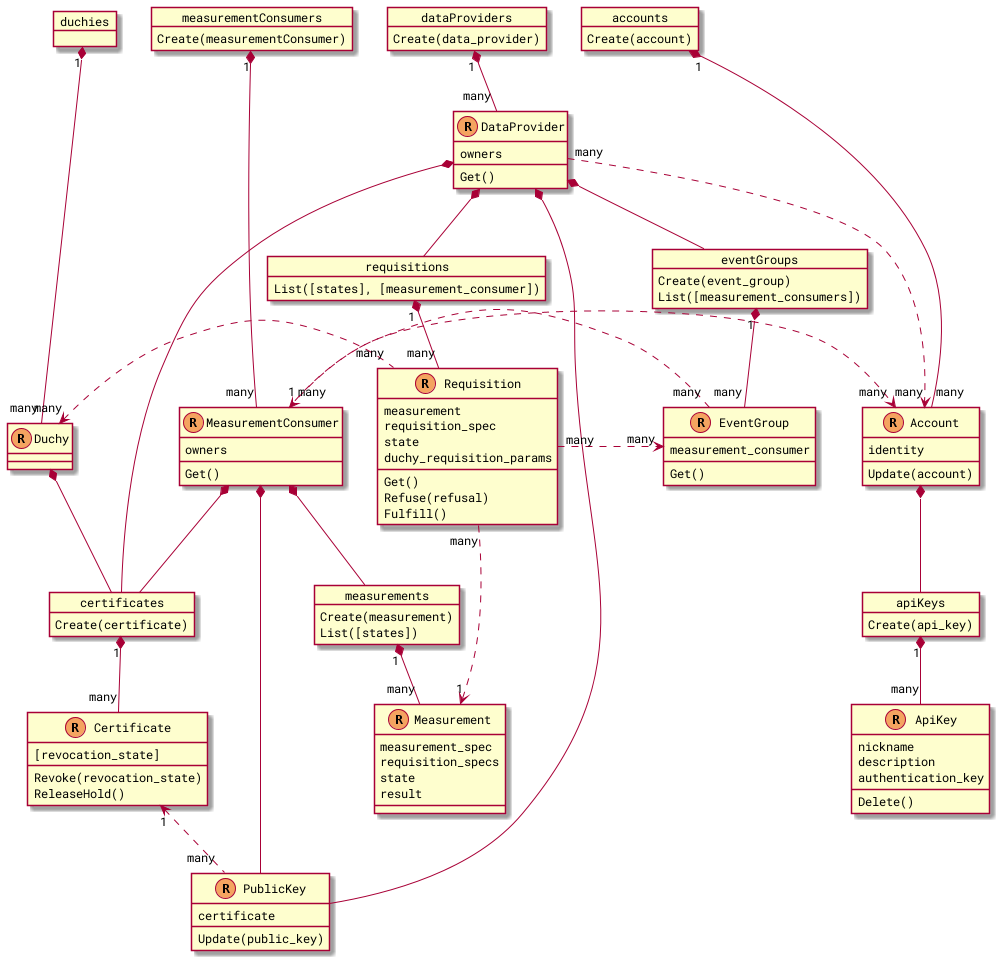
Above: docs/diagrams/api_resources.png in world-federation-of-advertisers/cross-media-measurement-api (PlantUML), before the change. Its source is kept beside it as docs/diagrams/api_resources.pu.
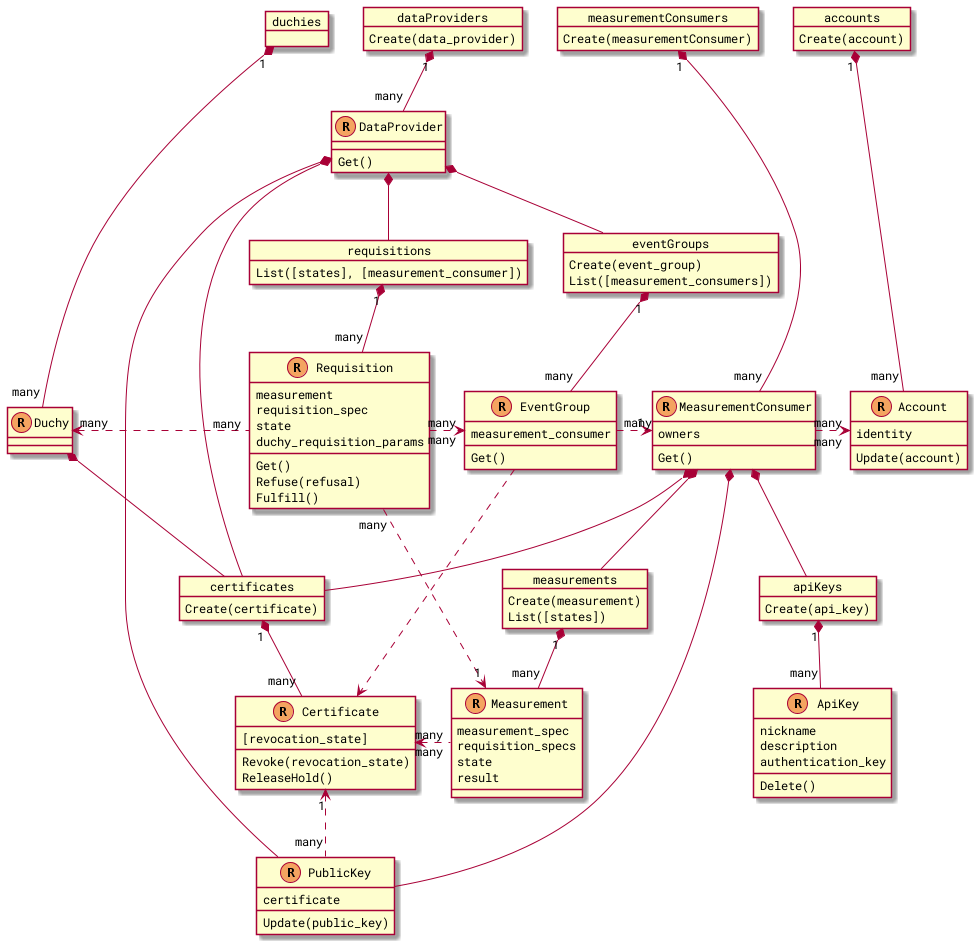
The same file after the commit.

Commit message:
Update resource diagram to match current relationships.

What changed in the source:
```diff
@@ -26,7 +26,6 @@
 resource(Duchy) {
 }
 resource(DataProvider) {
-  owners
   Get()
 }
 resource(MeasurementConsumer) {
@@ -47,11 +46,11 @@
 together {
   collection(duchies, Duchy) {
   }
+  collection(dataProviders, DataProvider) {
+    Create(data_provider)
+  }
   collection(measurementConsumers, MeasurementConsumer) {
     Create(measurementConsumer)
-  }
-  collection(dataProviders, DataProvider) {
-    Create(data_provider)
   }
   collection(accounts, Account) {
     Create(account)
@@ -104,8 +103,9 @@
 DataProvider *-- requisitions
 DataProvider *-- certificates
 DataProvider *-- PublicKey
+
 EventGroup "many" .> "1" MeasurementConsumer
-
+EventGroup .> Certificate
 
 Requisition "many" .> "many" EventGroup
 Requisition "many" .> "1" Measurement
@@ -114,9 +114,9 @@
 MeasurementConsumer *-- measurements
 MeasurementConsumer *-- certificates
 MeasurementConsumer *-- PublicKey
+MeasurementConsumer *-- apiKeys
+MeasurementConsumer "many" .> " many" Account
 
-Account *-- apiKeys
-MeasurementConsumer "many" .> " many" Account
-DataProvider "many" .> "many" Account
+Certificate "many" <. "many" Measurement
 
 @enduml
```
